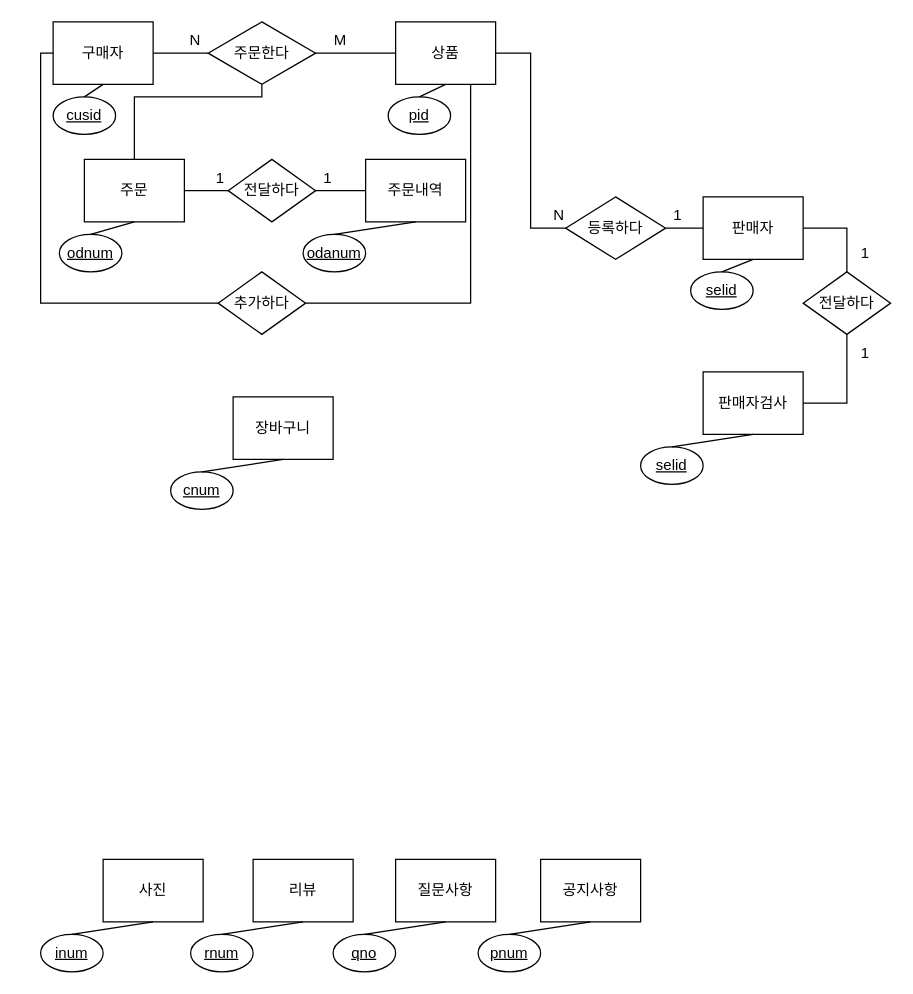
sangehee-ju/project_pknu keeps this draw.io diagram as Untitled Diagram.drawio. Above is the earlier version. Source tidied: cells renumbered, new cells numbered last; positions are measured from the earlier drawing's top-left corner, leaving out a move shared by most shapes. Both pictures are drawn from the tidied source at 125%, with x=0, y=0 at pixel (21, 21).
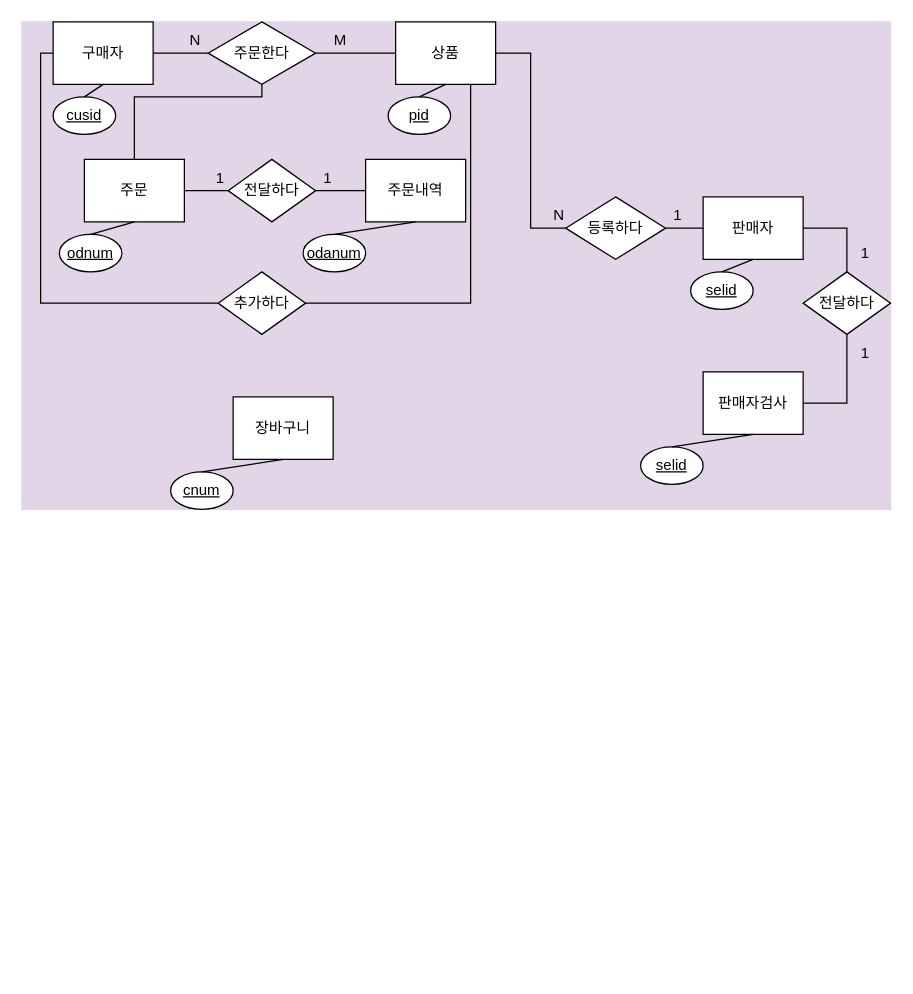
After the change.

Unchanged cells that the change refers to:
```xml
<mxCell id="3" value="주문내역" style="rounded=0;whiteSpace=wrap;html=1;" parent="2" vertex="1">
  <mxGeometry x="50" width="80" height="50" as="geometry" />
</mxCell>
<mxCell id="24" value="판매자검사" style="rounded=0;whiteSpace=wrap;html=1;" parent="23" vertex="1">
  <mxGeometry x="50" width="80" height="50" as="geometry" />
</mxCell>
<mxCell id="35" value="주문" style="rounded=0;whiteSpace=wrap;html=1;" parent="34" vertex="1">
  <mxGeometry x="50" width="80" height="50" as="geometry" />
</mxCell>
<mxCell id="39" value="상품" style="rounded=0;whiteSpace=wrap;html=1;" parent="38" vertex="1">
  <mxGeometry x="50" width="80" height="50" as="geometry" />
</mxCell>
```

Change to the diagram source:
```diff
@@
+    <mxCell id="68" style="group;fillColor=#E1D5E7;strokeColor=#E1D5E7;" parent="1" vertex="1">
+      <mxGeometry width="695" height="390" as="geometry" />
+    </mxCell>
-    <mxCell id="2" style="group;" parent="1" vertex="1">
+    <mxCell id="2" style="group;" parent="68" vertex="1">
       <mxGeometry x="225" y="110" width="130" height="90" as="geometry" />
     </mxCell>
@@
-    <mxCell id="7" style="group;" parent="1" vertex="1">
-      <mxGeometry x="365" y="670" width="130" height="90" as="geometry" />
-    </mxCell>
-    <mxCell id="8" value="공지사항" style="rounded=0;whiteSpace=wrap;html=1;" parent="7" vertex="1">
-      <mxGeometry x="50" width="80" height="50" as="geometry" />
-    </mxCell>
-    <mxCell id="9" value="pnum" style="ellipse;whiteSpace=wrap;html=1;align=center;fontStyle=4;" parent="7" vertex="1">
-      <mxGeometry y="60" width="50" height="30" as="geometry" />
-    </mxCell>
-    <mxCell id="10" style="endArrow=none;html=1;rounded=0;entryX=0.5;entryY=1;entryDx=0;entryDy=0;exitX=0.5;exitY=0;exitDx=0;exitDy=0;" parent="7" edge="1" source="9" target="8">
-      <mxGeometry relative="1" as="geometry" />
-    </mxCell>
-    <mxCell id="11" style="group;" parent="1" vertex="1">
+    <mxCell id="11" style="group;" parent="68" vertex="1">
       <mxGeometry x="119" y="300" width="130" height="90" as="geometry" />
     </mxCell>
@@
-    <mxCell id="15" style="group;" parent="1" vertex="1">
-      <mxGeometry x="249" y="670" width="130" height="90" as="geometry" />
-    </mxCell>
-    <mxCell id="16" value="질문사항" style="rounded=0;whiteSpace=wrap;html=1;" parent="15" vertex="1">
-      <mxGeometry x="50" width="80" height="50" as="geometry" />
-    </mxCell>
-    <mxCell id="17" value="qno" style="ellipse;whiteSpace=wrap;html=1;align=center;fontStyle=4;" parent="15" vertex="1">
-      <mxGeometry y="60" width="50" height="30" as="geometry" />
-    </mxCell>
-    <mxCell id="18" style="endArrow=none;html=1;rounded=0;entryX=0.5;entryY=1;entryDx=0;entryDy=0;exitX=0.5;exitY=0;exitDx=0;exitDy=0;" parent="15" edge="1" source="17" target="16">
-      <mxGeometry relative="1" as="geometry" />
-    </mxCell>
-    <mxCell id="19" style="group;" parent="1" vertex="1">
-      <mxGeometry x="15" y="670" width="130" height="90" as="geometry" />
-    </mxCell>
-    <mxCell id="20" value="사진" style="rounded=0;whiteSpace=wrap;html=1;" parent="19" vertex="1">
-      <mxGeometry x="50" width="80" height="50" as="geometry" />
-    </mxCell>
-    <mxCell id="21" value="inum" style="ellipse;whiteSpace=wrap;html=1;align=center;fontStyle=4;" parent="19" vertex="1">
-      <mxGeometry y="60" width="50" height="30" as="geometry" />
-    </mxCell>
-    <mxCell id="22" style="endArrow=none;html=1;rounded=0;entryX=0.5;entryY=1;entryDx=0;entryDy=0;exitX=0.5;exitY=0;exitDx=0;exitDy=0;" parent="19" edge="1" source="21" target="20">
-      <mxGeometry relative="1" as="geometry" />
-    </mxCell>
-    <mxCell id="23" style="group;" parent="1" vertex="1">
+    <mxCell id="23" style="group;" parent="68" vertex="1">
       <mxGeometry x="495" y="280" width="130" height="90" as="geometry" />
     </mxCell>
@@
-    <mxCell id="27" style="group;" parent="1" vertex="1">
-      <mxGeometry x="135" y="670" width="130" height="90" as="geometry" />
-    </mxCell>
-    <mxCell id="28" value="리뷰" style="rounded=0;whiteSpace=wrap;html=1;" parent="27" vertex="1">
-      <mxGeometry x="50" width="80" height="50" as="geometry" />
-    </mxCell>
-    <mxCell id="29" value="rnum" style="ellipse;whiteSpace=wrap;html=1;align=center;fontStyle=4;" parent="27" vertex="1">
-      <mxGeometry y="60" width="50" height="30" as="geometry" />
-    </mxCell>
-    <mxCell id="30" style="endArrow=none;html=1;rounded=0;entryX=0.5;entryY=1;entryDx=0;entryDy=0;exitX=0.5;exitY=0;exitDx=0;exitDy=0;" parent="27" edge="1" source="29" target="28">
-      <mxGeometry relative="1" as="geometry" />
-    </mxCell>
-    <mxCell id="31" value="구매자" style="rounded=0;whiteSpace=wrap;html=1;" parent="1" vertex="1">
+    <mxCell id="31" value="구매자" style="rounded=0;whiteSpace=wrap;html=1;" parent="68" vertex="1">
       <mxGeometry x="25" width="80" height="50" as="geometry" />
     </mxCell>
-    <mxCell id="32" value="cusid" style="ellipse;whiteSpace=wrap;html=1;align=center;fontStyle=4;" parent="1" vertex="1">
+    <mxCell id="32" value="cusid" style="ellipse;whiteSpace=wrap;html=1;align=center;fontStyle=4;" parent="68" vertex="1">
       <mxGeometry x="25" y="60" width="50" height="30" as="geometry" />
     </mxCell>
-    <mxCell id="33" style="endArrow=none;html=1;rounded=0;entryX=0.5;entryY=1;entryDx=0;entryDy=0;exitX=0.5;exitY=0;exitDx=0;exitDy=0;" parent="1" edge="1" source="32" target="31">
+    <mxCell id="33" style="endArrow=none;html=1;rounded=0;entryX=0.5;entryY=1;entryDx=0;entryDy=0;exitX=0.5;exitY=0;exitDx=0;exitDy=0;" parent="68" edge="1" source="32" target="31">
       <mxGeometry relative="1" as="geometry" />
     </mxCell>
-    <mxCell id="34" style="group;" parent="1" vertex="1">
+    <mxCell id="34" style="group;" parent="68" vertex="1">
       <mxGeometry y="110" width="130" height="90" as="geometry" />
     </mxCell>
@@
-    <mxCell id="38" style="group;" parent="1" vertex="1">
+    <mxCell id="38" style="group;" parent="68" vertex="1">
       <mxGeometry x="249" width="130" height="90" as="geometry" />
     </mxCell>
@@
-    <mxCell id="42" value="판매자" style="rounded=0;whiteSpace=wrap;html=1;" parent="1" vertex="1">
+    <mxCell id="42" value="판매자" style="rounded=0;whiteSpace=wrap;html=1;" parent="68" vertex="1">
       <mxGeometry x="545" y="140" width="80" height="50" as="geometry" />
     </mxCell>
-    <mxCell id="43" value="selid" style="ellipse;whiteSpace=wrap;html=1;align=center;fontStyle=4;" parent="1" vertex="1">
+    <mxCell id="43" value="selid" style="ellipse;whiteSpace=wrap;html=1;align=center;fontStyle=4;" parent="68" vertex="1">
       <mxGeometry x="535" y="200" width="50" height="30" as="geometry" />
     </mxCell>
-    <mxCell id="44" style="endArrow=none;html=1;rounded=0;entryX=0.5;entryY=1;entryDx=0;entryDy=0;exitX=0.5;exitY=0;exitDx=0;exitDy=0;" parent="1" edge="1" source="43" target="42">
+    <mxCell id="44" style="endArrow=none;html=1;rounded=0;entryX=0.5;entryY=1;entryDx=0;entryDy=0;exitX=0.5;exitY=0;exitDx=0;exitDy=0;" parent="68" edge="1" source="43" target="42">
       <mxGeometry relative="1" as="geometry" />
     </mxCell>
-    <mxCell id="45" value="주문한다" style="rhombus;whiteSpace=wrap;html=1;" parent="1" vertex="1">
+    <mxCell id="45" value="주문한다" style="rhombus;whiteSpace=wrap;html=1;" parent="68" vertex="1">
       <mxGeometry x="149" width="86" height="50" as="geometry" />
     </mxCell>
-    <mxCell id="46" style="endArrow=none;html=1;rounded=0;entryX=0;entryY=0.5;entryDx=0;entryDy=0;exitX=1;exitY=0.5;exitDx=0;exitDy=0;" parent="1" edge="1" source="31" target="45">
+    <mxCell id="46" style="endArrow=none;html=1;rounded=0;entryX=0;entryY=0.5;entryDx=0;entryDy=0;exitX=1;exitY=0.5;exitDx=0;exitDy=0;" parent="68" edge="1" source="31" target="45">
       <mxGeometry relative="1" as="geometry" />
     </mxCell>
-    <mxCell id="47" value="N" style="text;html=1;strokeColor=none;fillColor=none;align=center;verticalAlign=middle;whiteSpace=wrap;rounded=0;" parent="1" vertex="1">
+    <mxCell id="47" value="N" style="text;html=1;strokeColor=none;fillColor=none;align=center;verticalAlign=middle;whiteSpace=wrap;rounded=0;" parent="68" vertex="1">
       <mxGeometry x="129" width="20" height="30" as="geometry" />
     </mxCell>
-    <mxCell id="48" style="endArrow=none;html=1;rounded=0;entryX=0.5;entryY=1;entryDx=0;entryDy=0;exitX=0.5;exitY=0;exitDx=0;exitDy=0;edgeStyle=orthogonalEdgeStyle;" parent="1" edge="1" source="35" target="45">
+    <mxCell id="48" style="endArrow=none;html=1;rounded=0;entryX=0.5;entryY=1;entryDx=0;entryDy=0;exitX=0.5;exitY=0;exitDx=0;exitDy=0;edgeStyle=orthogonalEdgeStyle;" parent="68" edge="1" source="35" target="45">
       <mxGeometry relative="1" as="geometry">
         <Array as="points">
           <mxPoint x="90" y="60" />
           <mxPoint x="192" y="60" />
         </Array>
       </mxGeometry>
     </mxCell>
-    <mxCell id="49" value="등록하다" style="rhombus;whiteSpace=wrap;html=1;" parent="1" vertex="1">
+    <mxCell id="49" value="등록하다" style="rhombus;whiteSpace=wrap;html=1;" parent="68" vertex="1">
       <mxGeometry x="435" y="140" width="80" height="50" as="geometry" />
     </mxCell>
-    <mxCell id="50" value="M" style="text;html=1;strokeColor=none;fillColor=none;align=center;verticalAlign=middle;whiteSpace=wrap;rounded=0;" parent="1" vertex="1">
+    <mxCell id="50" value="M" style="text;html=1;strokeColor=none;fillColor=none;align=center;verticalAlign=middle;whiteSpace=wrap;rounded=0;" parent="68" vertex="1">
       <mxGeometry x="245" width="20" height="30" as="geometry" />
     </mxCell>
-    <mxCell id="51" style="endArrow=none;html=1;rounded=0;entryX=1;entryY=0.5;entryDx=0;entryDy=0;exitX=0;exitY=0.5;exitDx=0;exitDy=0;" parent="1" edge="1" source="39" target="45">
+    <mxCell id="51" style="endArrow=none;html=1;rounded=0;entryX=1;entryY=0.5;entryDx=0;entryDy=0;exitX=0;exitY=0.5;exitDx=0;exitDy=0;" parent="68" edge="1" source="39" target="45">
       <mxGeometry relative="1" as="geometry" />
     </mxCell>
-    <mxCell id="52" style="endArrow=none;html=1;rounded=0;entryX=0;entryY=0.5;entryDx=0;entryDy=0;exitX=1;exitY=0.5;exitDx=0;exitDy=0;edgeStyle=orthogonalEdgeStyle;" parent="1" edge="1" source="39" target="49">
+    <mxCell id="52" style="endArrow=none;html=1;rounded=0;entryX=0;entryY=0.5;entryDx=0;entryDy=0;exitX=1;exitY=0.5;exitDx=0;exitDy=0;edgeStyle=orthogonalEdgeStyle;" parent="68" edge="1" source="39" target="49">
       <mxGeometry relative="1" as="geometry" />
     </mxCell>
-    <mxCell id="53" style="endArrow=none;html=1;rounded=0;entryX=0;entryY=0.5;entryDx=0;entryDy=0;exitX=1;exitY=0.5;exitDx=0;exitDy=0;" parent="1" edge="1" source="49" target="42">
+    <mxCell id="53" style="endArrow=none;html=1;rounded=0;entryX=0;entryY=0.5;entryDx=0;entryDy=0;exitX=1;exitY=0.5;exitDx=0;exitDy=0;" parent="68" edge="1" source="49" target="42">
       <mxGeometry relative="1" as="geometry" />
     </mxCell>
-    <mxCell id="54" value="1" style="text;html=1;strokeColor=none;fillColor=none;align=center;verticalAlign=middle;whiteSpace=wrap;rounded=0;" parent="1" vertex="1">
+    <mxCell id="54" value="1" style="text;html=1;strokeColor=none;fillColor=none;align=center;verticalAlign=middle;whiteSpace=wrap;rounded=0;" parent="68" vertex="1">
       <mxGeometry x="515" y="140" width="20" height="30" as="geometry" />
     </mxCell>
-    <mxCell id="55" value="N" style="text;html=1;strokeColor=none;fillColor=none;align=center;verticalAlign=middle;whiteSpace=wrap;rounded=0;" parent="1" vertex="1">
+    <mxCell id="55" value="N" style="text;html=1;strokeColor=none;fillColor=none;align=center;verticalAlign=middle;whiteSpace=wrap;rounded=0;" parent="68" vertex="1">
       <mxGeometry x="420" y="140" width="20" height="30" as="geometry" />
     </mxCell>
-    <mxCell id="56" value="전달하다" style="rhombus;whiteSpace=wrap;html=1;" parent="1" vertex="1">
+    <mxCell id="56" value="전달하다" style="rhombus;whiteSpace=wrap;html=1;" parent="68" vertex="1">
       <mxGeometry x="625" y="200" width="70" height="50" as="geometry" />
     </mxCell>
-    <mxCell id="57" style="endArrow=none;html=1;rounded=0;entryX=0.5;entryY=0;entryDx=0;entryDy=0;exitX=1;exitY=0.5;exitDx=0;exitDy=0;edgeStyle=orthogonalEdgeStyle;" parent="1" edge="1" source="42" target="56">
+    <mxCell id="57" style="endArrow=none;html=1;rounded=0;entryX=0.5;entryY=0;entryDx=0;entryDy=0;exitX=1;exitY=0.5;exitDx=0;exitDy=0;edgeStyle=orthogonalEdgeStyle;" parent="68" edge="1" source="42" target="56">
       <mxGeometry relative="1" as="geometry" />
     </mxCell>
-    <mxCell id="58" style="endArrow=none;html=1;rounded=0;entryX=0.5;entryY=1;entryDx=0;entryDy=0;exitX=1;exitY=0.5;exitDx=0;exitDy=0;edgeStyle=orthogonalEdgeStyle;" parent="1" edge="1" source="24" target="56">
+    <mxCell id="58" style="endArrow=none;html=1;rounded=0;entryX=0.5;entryY=1;entryDx=0;entryDy=0;exitX=1;exitY=0.5;exitDx=0;exitDy=0;edgeStyle=orthogonalEdgeStyle;" parent="68" edge="1" source="24" target="56">
       <mxGeometry relative="1" as="geometry" />
     </mxCell>
-    <mxCell id="59" value="1" style="text;html=1;strokeColor=none;fillColor=none;align=center;verticalAlign=middle;whiteSpace=wrap;rounded=0;" parent="1" vertex="1">
+    <mxCell id="59" value="1" style="text;html=1;strokeColor=none;fillColor=none;align=center;verticalAlign=middle;whiteSpace=wrap;rounded=0;" parent="68" vertex="1">
       <mxGeometry x="665" y="170" width="20" height="30" as="geometry" />
     </mxCell>
-    <mxCell id="60" value="1" style="text;html=1;strokeColor=none;fillColor=none;align=center;verticalAlign=middle;whiteSpace=wrap;rounded=0;" parent="1" vertex="1">
+    <mxCell id="60" value="1" style="text;html=1;strokeColor=none;fillColor=none;align=center;verticalAlign=middle;whiteSpace=wrap;rounded=0;" parent="68" vertex="1">
       <mxGeometry x="665" y="250" width="20" height="30" as="geometry" />
     </mxCell>
-    <mxCell id="61" value="전달하다" style="rhombus;whiteSpace=wrap;html=1;" parent="1" vertex="1">
+    <mxCell id="61" value="전달하다" style="rhombus;whiteSpace=wrap;html=1;" parent="68" vertex="1">
       <mxGeometry x="165" y="110" width="70" height="50" as="geometry" />
     </mxCell>
-    <mxCell id="62" style="endArrow=none;html=1;rounded=0;entryX=0;entryY=0.5;entryDx=0;entryDy=0;exitX=1;exitY=0.5;exitDx=0;exitDy=0;" parent="1" edge="1" source="35" target="61">
+    <mxCell id="62" style="endArrow=none;html=1;rounded=0;entryX=0;entryY=0.5;entryDx=0;entryDy=0;exitX=1;exitY=0.5;exitDx=0;exitDy=0;" parent="68" edge="1" source="35" target="61">
       <mxGeometry relative="1" as="geometry" />
     </mxCell>
-    <mxCell id="63" style="endArrow=none;html=1;rounded=0;entryX=0;entryY=0.5;entryDx=0;entryDy=0;" parent="1" edge="1" target="3">
+    <mxCell id="63" style="endArrow=none;html=1;rounded=0;entryX=0;entryY=0.5;entryDx=0;entryDy=0;" parent="68" edge="1" target="3">
       <mxGeometry relative="1" as="geometry">
         <mxPoint x="235" y="135" as="sourcePoint" />
       </mxGeometry>
     </mxCell>
-    <mxCell id="64" value="1" style="text;html=1;strokeColor=none;fillColor=none;align=center;verticalAlign=middle;whiteSpace=wrap;rounded=0;" parent="1" vertex="1">
+    <mxCell id="64" value="1" style="text;html=1;strokeColor=none;fillColor=none;align=center;verticalAlign=middle;whiteSpace=wrap;rounded=0;" parent="68" vertex="1">
       <mxGeometry x="149" y="110" width="20" height="30" as="geometry" />
     </mxCell>
-    <mxCell id="65" value="추가하다" style="rhombus;whiteSpace=wrap;html=1;" parent="1" vertex="1">
+    <mxCell id="65" value="추가하다" style="rhombus;whiteSpace=wrap;html=1;" parent="68" vertex="1">
       <mxGeometry x="157" y="200" width="70" height="50" as="geometry" />
     </mxCell>
-    <mxCell id="66" style="endArrow=none;html=1;rounded=0;entryX=0.75;entryY=1;entryDx=0;entryDy=0;exitX=1;exitY=0.5;exitDx=0;exitDy=0;edgeStyle=orthogonalEdgeStyle;" parent="1" edge="1" source="65" target="39">
+    <mxCell id="66" style="endArrow=none;html=1;rounded=0;entryX=0.75;entryY=1;entryDx=0;entryDy=0;exitX=1;exitY=0.5;exitDx=0;exitDy=0;edgeStyle=orthogonalEdgeStyle;" parent="68" edge="1" source="65" target="39">
       <mxGeometry relative="1" as="geometry" />
     </mxCell>
-    <mxCell id="67" style="endArrow=none;html=1;rounded=0;entryX=0;entryY=0.5;entryDx=0;entryDy=0;exitX=0;exitY=0.5;exitDx=0;exitDy=0;edgeStyle=orthogonalEdgeStyle;" parent="1" edge="1" source="65" target="31">
+    <mxCell id="67" style="endArrow=none;html=1;rounded=0;entryX=0;entryY=0.5;entryDx=0;entryDy=0;exitX=0;exitY=0.5;exitDx=0;exitDy=0;edgeStyle=orthogonalEdgeStyle;" parent="68" edge="1" source="65" target="31">
       <mxGeometry relative="1" as="geometry" />
     </mxCell>
```
